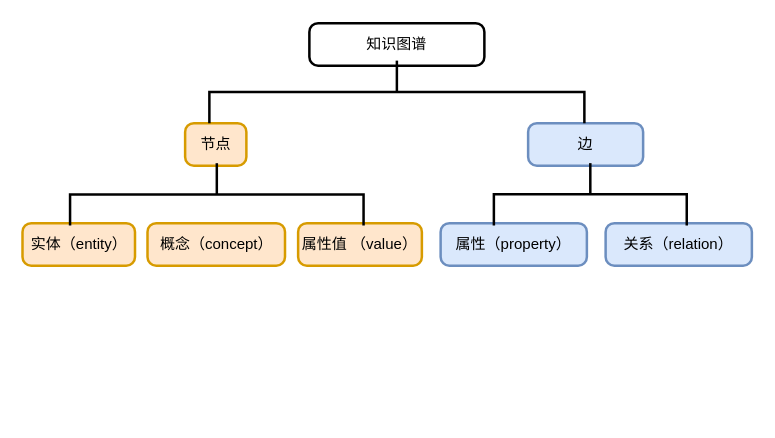
This is 未命名绘图.drawio from DN20011219/pic_home, a draw.io file, before an edit. Source tidied: cells renumbered, new cells numbered last; positions are measured from the earlier drawing's top-left corner, leaving out a move shared by most shapes. Both pictures are drawn from the tidied source at 125%, with x=0, y=0 at pixel (22, -96).
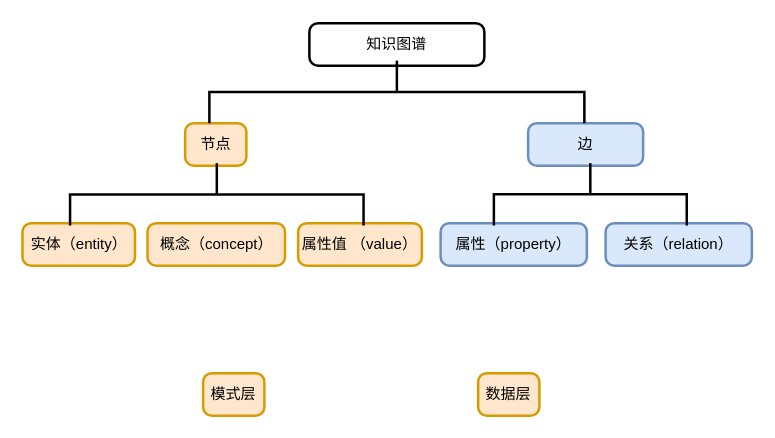
Above is the later version.

Commit message:
知识图谱逻辑构成.drawio

Diff of the diagram source:
```diff
@@
 <mxGraphModel>
   <root>
     <mxCell id="0" />
     <mxCell id="1" parent="0" />
     <mxCell id="2" value="知识图谱" style="rounded=1;absoluteArcSize=1;arcSize=14;whiteSpace=wrap;strokeWidth=2;" parent="1" vertex="1">
       <mxGeometry x="229" y="95" width="140" height="34" as="geometry" />
     </mxCell>
     <mxCell id="3" value="节点" style="rounded=1;absoluteArcSize=1;arcSize=14;whiteSpace=wrap;strokeWidth=2;fillColor=#ffe6cc;strokeColor=#d79b00;" parent="1" vertex="1">
       <mxGeometry x="129.6" y="175" width="49" height="34" as="geometry" />
     </mxCell>
     <mxCell id="4" value="边" style="rounded=1;absoluteArcSize=1;arcSize=14;whiteSpace=wrap;strokeWidth=2;fillColor=#dae8fc;strokeColor=#6c8ebf;" parent="1" vertex="1">
       <mxGeometry x="404" y="175" width="92" height="34" as="geometry" />
     </mxCell>
     <mxCell id="5" value="实体（entity）" style="rounded=1;absoluteArcSize=1;arcSize=14;whiteSpace=wrap;strokeWidth=2;fillColor=#ffe6cc;strokeColor=#d79b00;" parent="1" vertex="1">
       <mxGeometry x="-0.5" y="255" width="90" height="34" as="geometry" />
     </mxCell>
     <mxCell id="6" value="概念（concept）" style="rounded=1;absoluteArcSize=1;arcSize=14;whiteSpace=wrap;strokeWidth=2;fillColor=#ffe6cc;strokeColor=#d79b00;" parent="1" vertex="1">
       <mxGeometry x="99.5" y="255" width="110" height="34" as="geometry" />
     </mxCell>
     <mxCell id="7" value="属性值 （value）" style="rounded=1;absoluteArcSize=1;arcSize=14;whiteSpace=wrap;strokeWidth=2;fillColor=#ffe6cc;strokeColor=#d79b00;" parent="1" vertex="1">
       <mxGeometry x="220" y="255" width="99" height="34" as="geometry" />
     </mxCell>
     <mxCell id="8" value="属性（property）" style="rounded=1;absoluteArcSize=1;arcSize=14;whiteSpace=wrap;strokeWidth=2;fillColor=#dae8fc;strokeColor=#6c8ebf;" parent="1" vertex="1">
       <mxGeometry x="334" y="255" width="117" height="34" as="geometry" />
     </mxCell>
     <mxCell id="9" value="关系（relation）" style="rounded=1;absoluteArcSize=1;arcSize=14;whiteSpace=wrap;strokeWidth=2;fillColor=#dae8fc;strokeColor=#6c8ebf;" parent="1" vertex="1">
       <mxGeometry x="466" y="255" width="117" height="34" as="geometry" />
     </mxCell>
     <mxCell id="10" style="strokeWidth=2;html=1;shape=mxgraph.flowchart.annotation_2;align=left;labelPosition=right;rotation=90;" parent="1" vertex="1">
       <mxGeometry x="274" width="50" height="300" as="geometry" />
     </mxCell>
     <mxCell id="11" style="strokeWidth=2;html=1;shape=mxgraph.flowchart.annotation_2;align=left;labelPosition=right;rotation=90;" parent="1" vertex="1">
       <mxGeometry x="130" y="114.6" width="49.9" height="234.8" as="geometry" />
     </mxCell>
     <mxCell id="12" style="strokeWidth=2;html=1;shape=mxgraph.flowchart.annotation_2;align=left;labelPosition=right;rotation=90;" parent="1" vertex="1">
       <mxGeometry x="428.8" y="154.8" width="49.9" height="154.3" as="geometry" />
     </mxCell>
+    <mxCell id="13" value="模式层" style="rounded=1;absoluteArcSize=1;arcSize=14;whiteSpace=wrap;strokeWidth=2;fillColor=#ffe6cc;strokeColor=#d79b00;" parent="1" vertex="1">
+      <mxGeometry x="144" y="375" width="49" height="34" as="geometry" />
+    </mxCell>
+    <mxCell id="14" value="数据层" style="rounded=1;absoluteArcSize=1;arcSize=14;whiteSpace=wrap;strokeWidth=2;fillColor=#ffe6cc;strokeColor=#d79b00;" parent="1" vertex="1">
+      <mxGeometry x="364" y="375" width="49" height="34" as="geometry" />
+    </mxCell>
   </root>
 </mxGraphModel>
```
